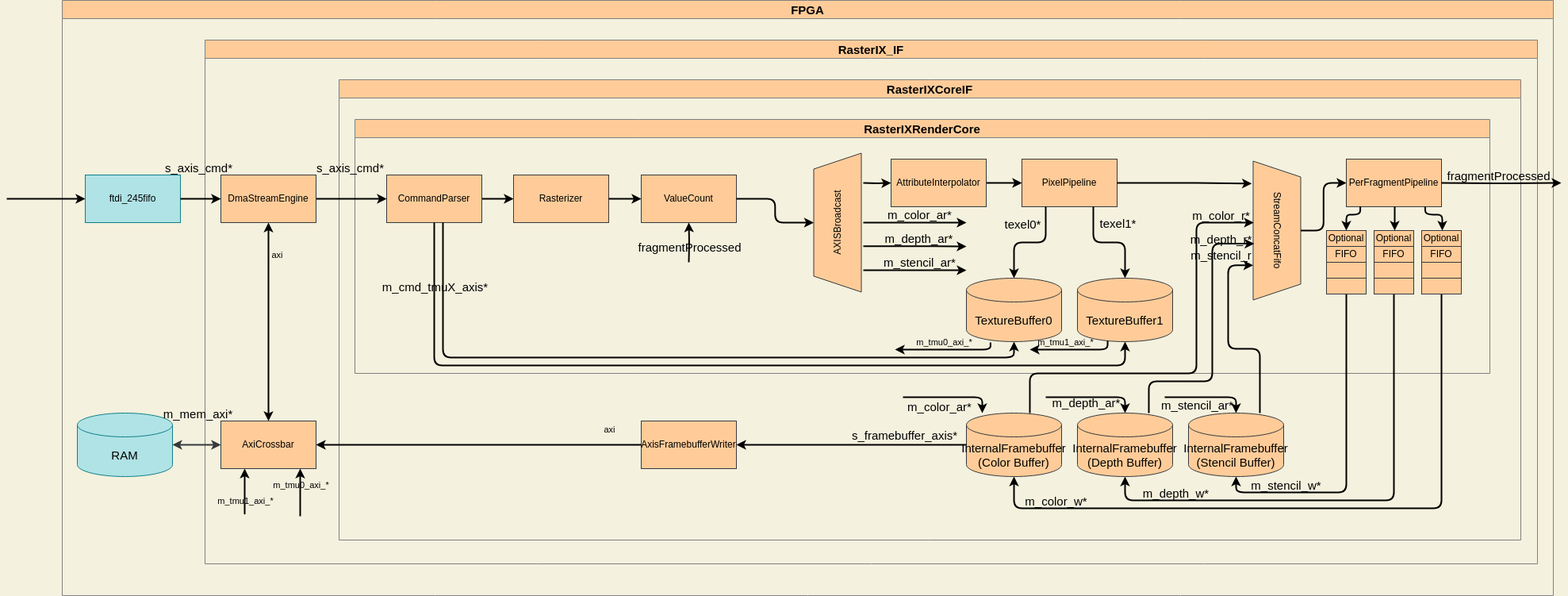
Before: pictures/fpgaFlow.drawio.png, a diagram exported from draw.io (ToNi3141/RasterIX). Source tidied: cells renumbered, new cells last; positions are measured from the earlier drawing's top-left corner, leaving out a move shared by most shapes.
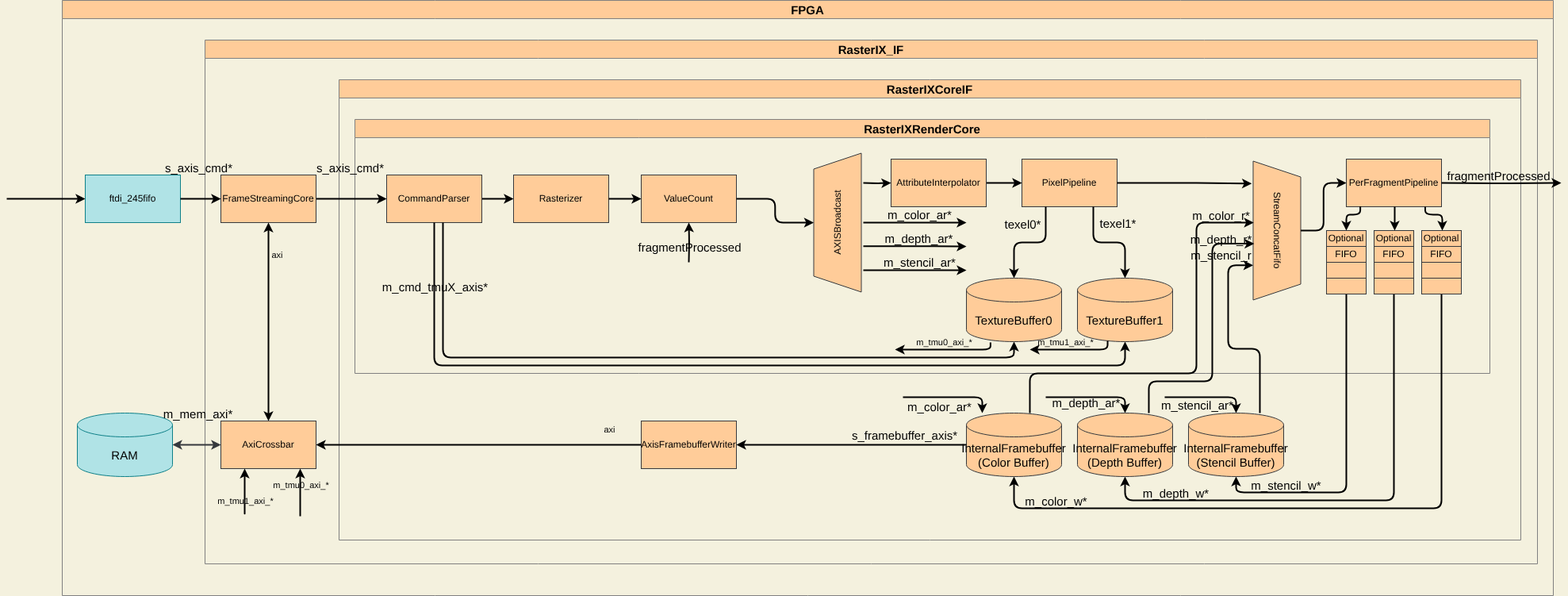
Later version of the same file.

What changed in the source:
```diff
@@ -392,7 +392,7 @@
     <mxCell id="81" style="edgeStyle=orthogonalEdgeStyle;html=1;exitX=1;exitY=0.5;exitDx=0;exitDy=0;labelBackgroundColor=none;fontSize=15;fontColor=#000000;startArrow=none;startFill=0;strokeColor=#000000;strokeWidth=2;entryX=0;entryY=0.5;entryDx=0;entryDy=0;" parent="4" edge="1" source="8" target="30">
       <mxGeometry relative="1" as="geometry" />
     </mxCell>
-    <mxCell id="82" value="DmaStreamEngine" style="rounded=0;whiteSpace=wrap;html=1;fillColor=#ffcc99;strokeColor=#36393d;fontColor=#000000;" parent="4" vertex="1">
+    <mxCell id="82" value="FrameStreamingCore" style="rounded=0;whiteSpace=wrap;html=1;fillColor=#ffcc99;strokeColor=#36393d;fontColor=#000000;" parent="4" vertex="1">
       <mxGeometry x="-149" y="120" width="120" height="60" as="geometry" />
     </mxCell>
     <mxCell id="83" style="edgeStyle=orthogonalEdgeStyle;html=1;labelBackgroundColor=none;fontSize=15;fontColor=#000000;startArrow=none;startFill=0;strokeColor=#000000;strokeWidth=2;" parent="4" edge="1" source="73" target="87">
```
